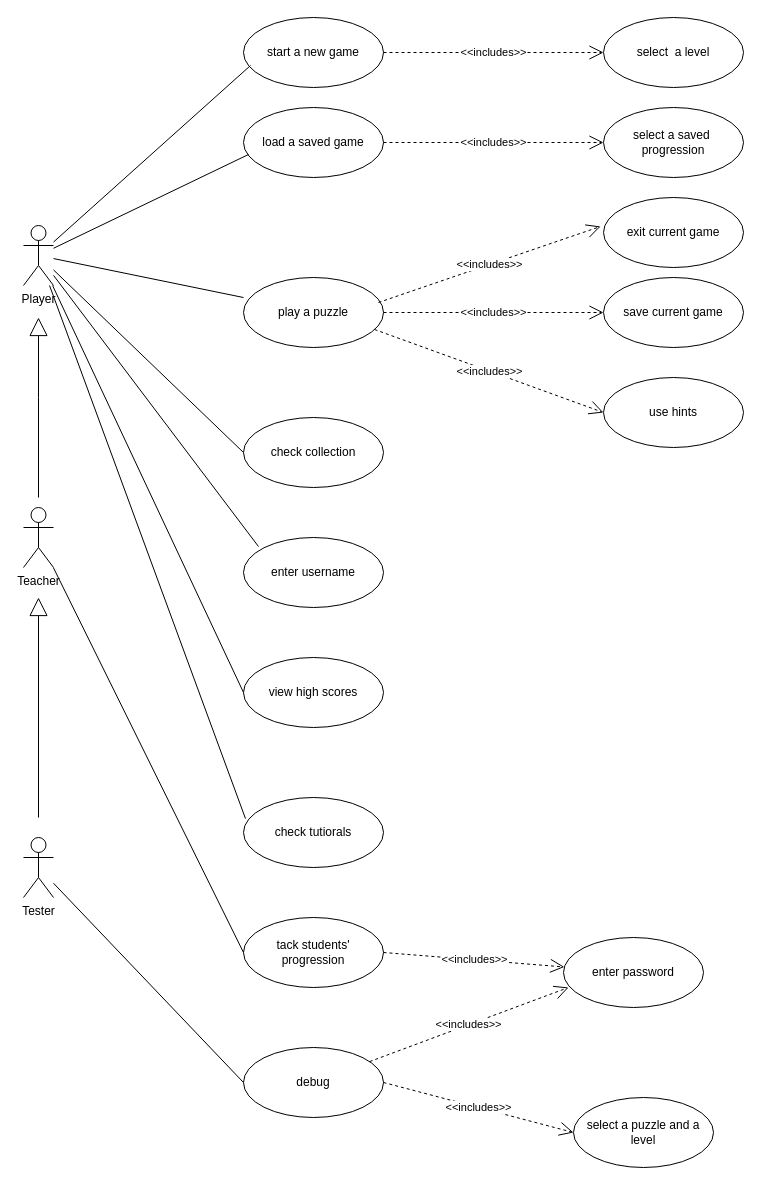
The draw.io diagram 未命名绘图.drawio in maxinimize/uml, before the edit. Source tidied: cells renumbered, new cells numbered last; positions are measured from the earlier drawing's top-left corner, leaving out a move shared by most shapes. Both pictures are drawn from the tidied source at 100%, with x=0, y=0 at pixel (23, 17).
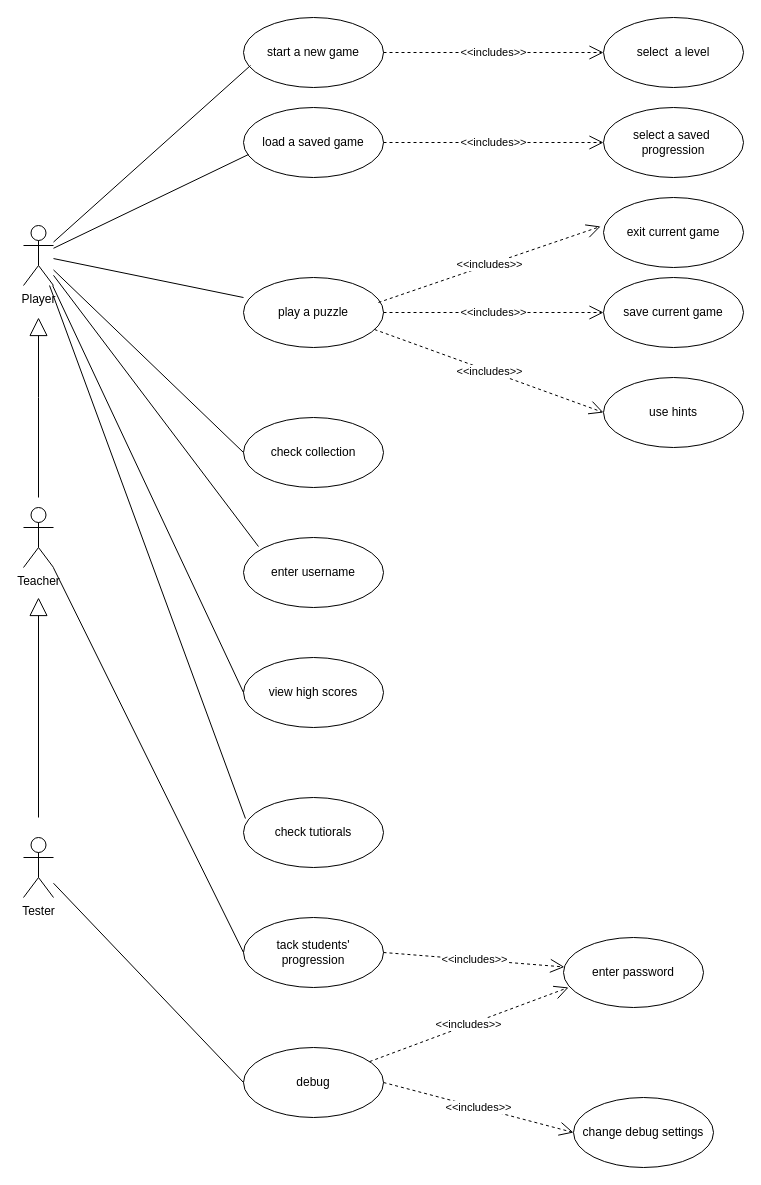
The same page after the edit.

Commit message (it also covers changes not shown here):
更新未命名绘图.drawio

Diff of the diagram source:
```diff
@@
-    <mxCell id="12" value="select a puzzle and a level" style="ellipse;whiteSpace=wrap;html=1;" parent="1" vertex="1">
+    <mxCell id="12" value="change debug settings" style="ellipse;whiteSpace=wrap;html=1;" parent="1" vertex="1">
       <mxGeometry x="550" y="1080" width="140" height="70" as="geometry" />
     </mxCell>
```
